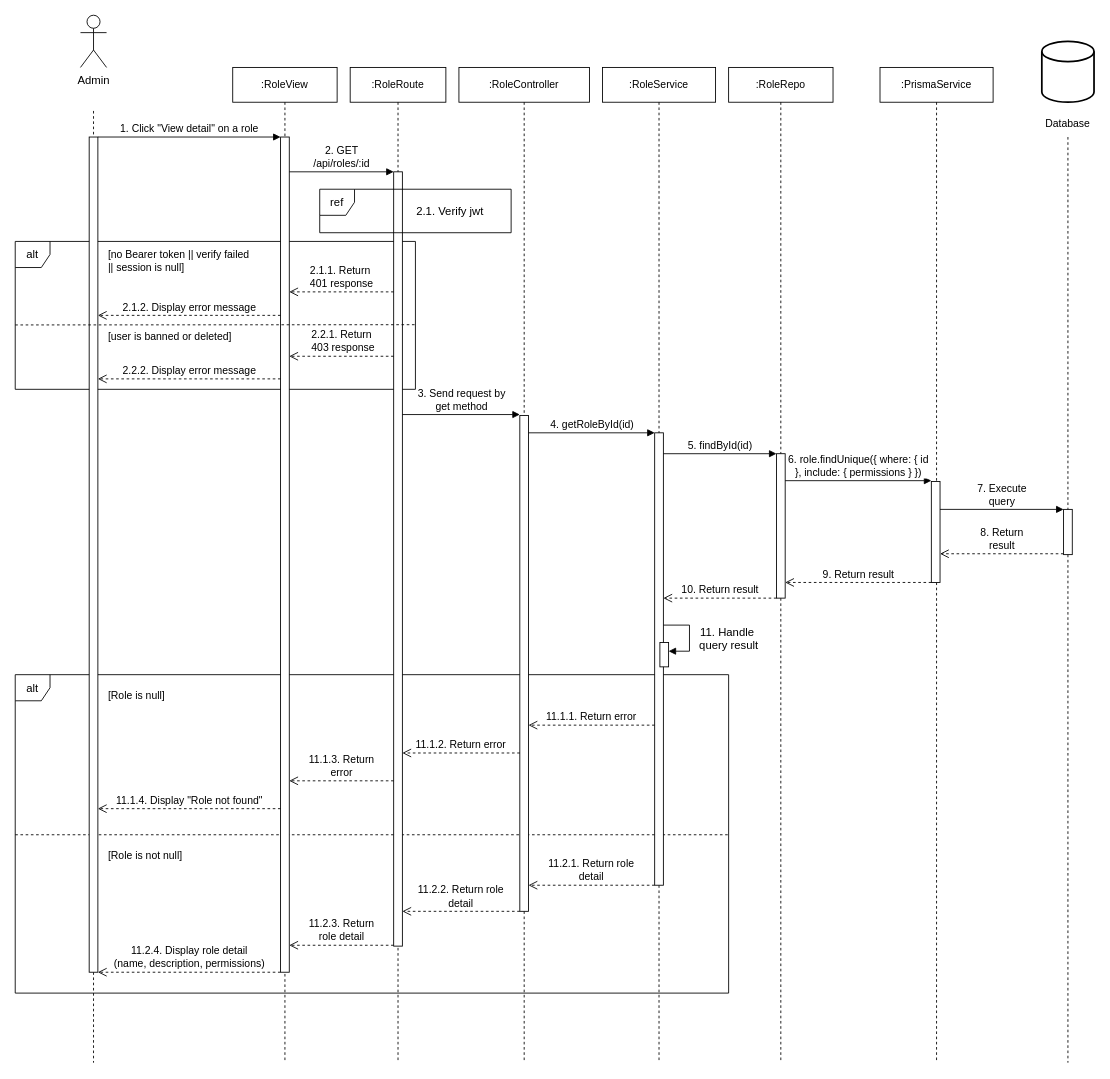
The draw.io diagram sequence-diagrams-remake/tthuan/UC-06_02-view-role-detail.drawio in Thunggg/Frevia, before the edit. Source tidied: cells renumbered, new cells numbered last; positions are measured from the earlier drawing's top-left corner, leaving out a move shared by most shapes. Both pictures are drawn from the tidied source at 87%, with x=0, y=0 at pixel (15, 15).
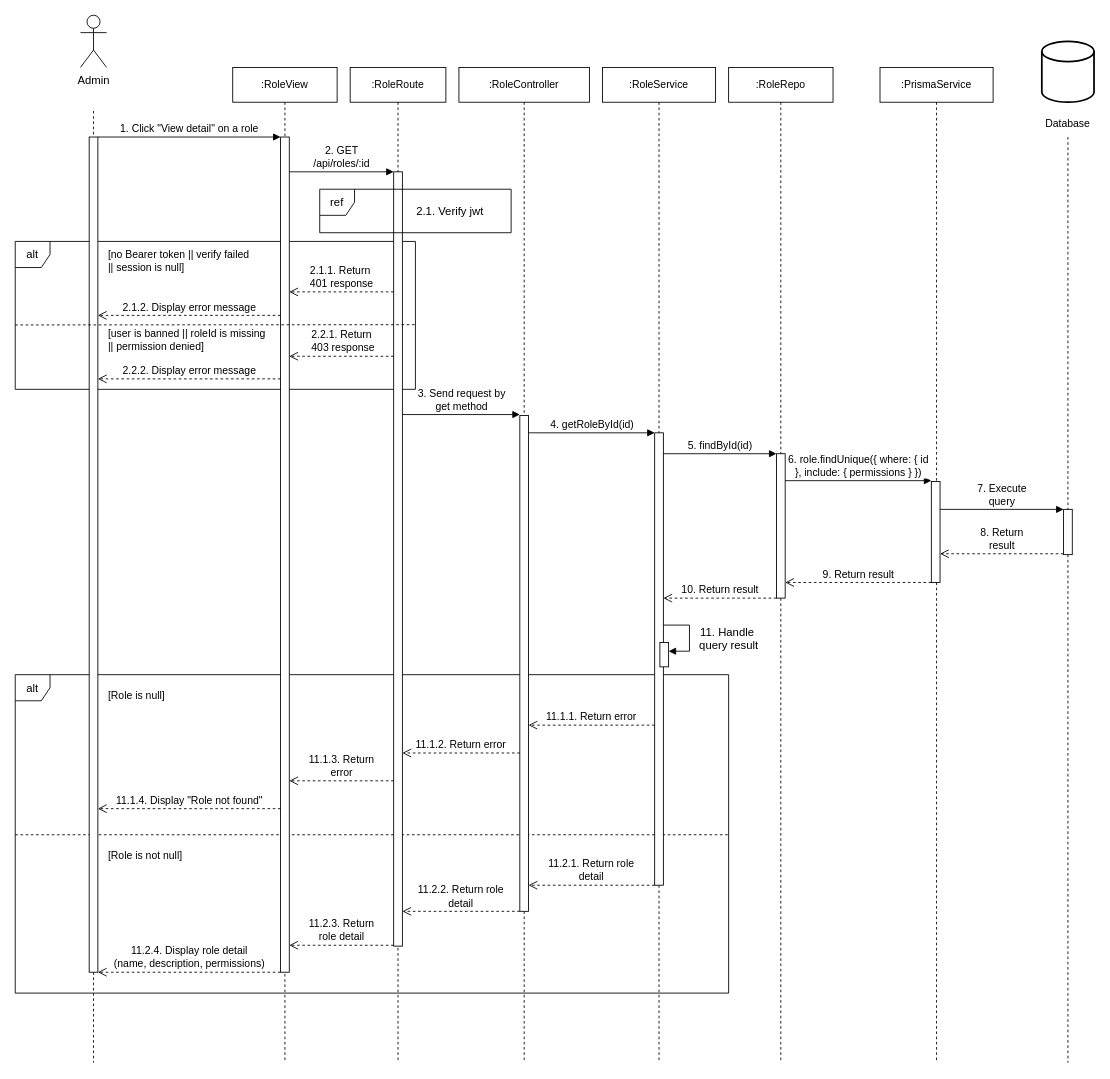
After the change.

The edit, as a diff of the source:
```diff
@@
-    <mxCell id="32" value="[user is banned or deleted]" style="text;html=1;align=left;verticalAlign=middle;whiteSpace=wrap;rounded=0;fontSize=12;strokeColor=none;spacingLeft=3;" parent="1" vertex="1">
-      <mxGeometry x="102" y="357" width="250" height="26" as="geometry" />
+    <mxCell id="32" value="[user is banned || roleId is missing&amp;nbsp;&lt;div&gt;|| permission denied]&lt;/div&gt;" style="text;html=1;align=left;verticalAlign=middle;whiteSpace=wrap;rounded=0;fontSize=12;strokeColor=none;spacingLeft=3;" parent="1" vertex="1">
+      <mxGeometry x="102" y="357" width="200" height="32" as="geometry" />
     </mxCell>
```
